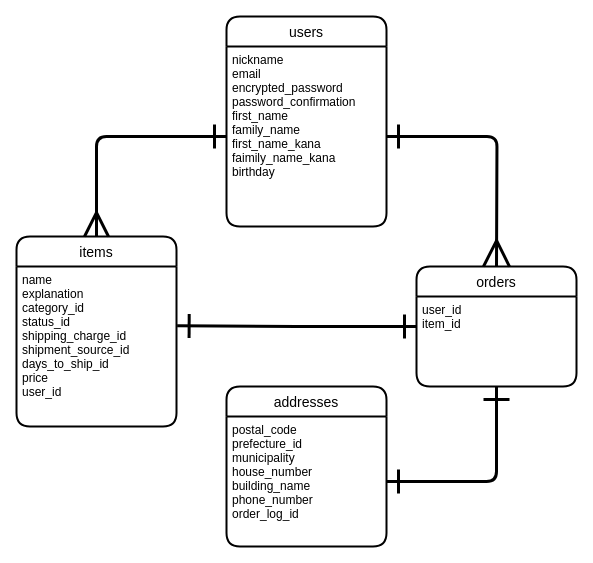
Before: test.dio in Chang-Mori/furima-30980, a draw.io diagram. Source tidied: cells renumbered, new cells numbered last; positions are measured from the earlier drawing's top-left corner, leaving out a move shared by most shapes. Both pictures are drawn from the tidied source at 100%, with x=0, y=0 at pixel (16, 16).
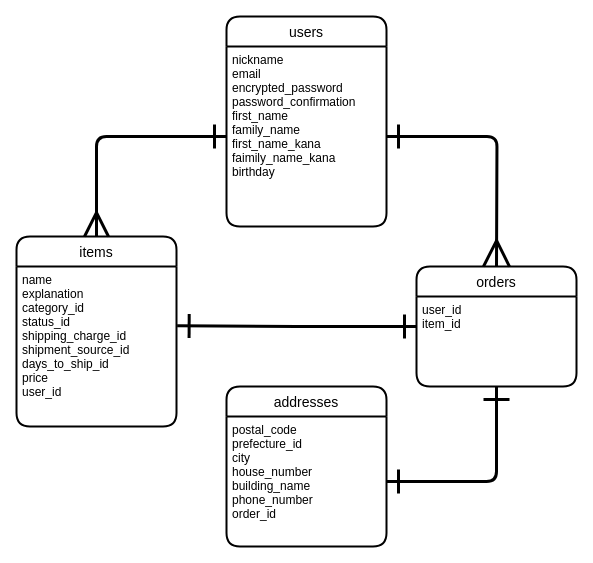
Above is the later version.

What changed in the source:
```diff
@@
 <mxGraphModel>
   <root>
     <mxCell id="0" />
     <mxCell id="1" parent="0" />
     <mxCell id="2" value="items" style="swimlane;horizontal=1;startSize=30;rounded=1;fontSize=14;fontStyle=0;strokeWidth=2;shadow=0;dashed=0;align=center;" parent="1" vertex="1">
       <mxGeometry y="220" width="160" height="190" as="geometry" />
     </mxCell>
     <mxCell id="3" value="name&#10;explanation&#10;category_id&#10;status_id&#10;shipping_charge_id&#10;shipment_source_id&#10;days_to_ship_id&#10;price&#10;user_id" style="align=left;strokeColor=none;fillColor=none;spacingLeft=4;fontSize=12;verticalAlign=top;" parent="2" vertex="1">
       <mxGeometry y="30" width="160" height="160" as="geometry" />
     </mxCell>
     <mxCell id="4" style="edgeStyle=orthogonalEdgeStyle;rounded=1;jettySize=auto;html=1;entryX=0.5;entryY=0;entryDx=0;entryDy=0;startArrow=ERone;startFill=0;startSize=20;endArrow=ERmany;endFill=0;endSize=20;strokeWidth=3;" parent="1" edge="1" source="12" target="2">
       <mxGeometry relative="1" as="geometry" />
     </mxCell>
     <mxCell id="5" value="addresses" style="swimlane;horizontal=1;startSize=30;rounded=1;fontSize=14;fontStyle=0;strokeWidth=2;shadow=0;dashed=0;align=center;" parent="1" vertex="1">
       <mxGeometry x="210" y="370" width="160" height="160" as="geometry" />
     </mxCell>
-    <mxCell id="6" value="postal_code&#10;prefecture_id&#10;municipality&#10;house_number&#10;building_name&#10;phone_number&#10;order_log_id" style="align=left;strokeColor=none;fillColor=none;spacingLeft=4;fontSize=12;verticalAlign=top;" parent="5" vertex="1">
+    <mxCell id="6" value="postal_code&#10;prefecture_id&#10;city&#10;house_number&#10;building_name&#10;phone_number&#10;order_id" style="align=left;strokeColor=none;fillColor=none;spacingLeft=4;fontSize=12;verticalAlign=top;" parent="5" vertex="1">
       <mxGeometry y="30" width="160" height="130" as="geometry" />
     </mxCell>
     <mxCell id="7" style="edgeStyle=orthogonalEdgeStyle;rounded=0;jettySize=auto;html=1;exitX=0;exitY=0.5;exitDx=0;exitDy=0;entryX=1.004;entryY=0.371;entryDx=0;entryDy=0;entryPerimeter=0;endArrow=ERone;endFill=0;startArrow=ERone;startFill=0;strokeWidth=3;targetPerimeterSpacing=1;sourcePerimeterSpacing=2;startSize=20;endSize=20;" parent="1" edge="1" source="8" target="3">
       <mxGeometry relative="1" as="geometry" />
     </mxCell>
     <mxCell id="8" value="orders" style="swimlane;horizontal=1;startSize=30;rounded=1;fontSize=14;fontStyle=0;strokeWidth=2;shadow=0;dashed=0;align=center;" parent="1" vertex="1">
       <mxGeometry x="400" y="250" width="160" height="120" as="geometry" />
     </mxCell>
     <mxCell id="9" value="user_id&#10;item_id&#10;" style="align=left;strokeColor=none;fillColor=none;spacingLeft=4;fontSize=12;verticalAlign=top;" parent="8" vertex="1">
       <mxGeometry y="30" width="160" height="90" as="geometry" />
     </mxCell>
     <mxCell id="10" style="edgeStyle=orthogonalEdgeStyle;jettySize=auto;html=1;entryX=0.5;entryY=0;entryDx=0;entryDy=0;endArrow=ERmany;endFill=0;rounded=1;startArrow=ERone;startFill=0;endSize=22;startSize=20;exitX=1;exitY=0.5;exitDx=0;exitDy=0;strokeWidth=3;" parent="8" edge="1" source="12">
       <mxGeometry relative="1" as="geometry">
         <mxPoint x="80" as="targetPoint" />
       </mxGeometry>
     </mxCell>
     <mxCell id="11" value="users" style="swimlane;horizontal=1;startSize=30;rounded=1;fontSize=14;fontStyle=0;strokeWidth=2;shadow=0;dashed=0;align=center;" parent="1" vertex="1">
       <mxGeometry x="210" width="160" height="210" as="geometry" />
     </mxCell>
     <mxCell id="12" value="nickname&#10;email&#10;encrypted_password&#10;password_confirmation&#10;first_name&#10;family_name&#10;first_name_kana&#10;faimily_name_kana&#10;birthday&#10;" style="align=left;strokeColor=none;fillColor=none;spacingLeft=4;fontSize=12;verticalAlign=top;" parent="11" vertex="1">
       <mxGeometry y="30" width="160" height="180" as="geometry" />
     </mxCell>
     <mxCell id="13" style="edgeStyle=orthogonalEdgeStyle;jettySize=auto;html=1;endArrow=ERone;endFill=0;rounded=1;startArrow=ERone;startFill=0;endSize=22;startSize=20;strokeWidth=3;entryX=0.5;entryY=1;entryDx=0;entryDy=0;" parent="1" edge="1" source="6" target="9">
       <mxGeometry relative="1" as="geometry" />
     </mxCell>
   </root>
 </mxGraphModel>
```
